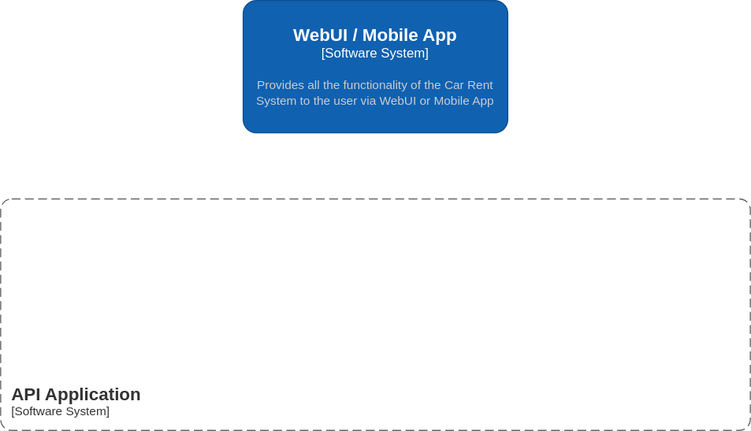
The draw.io diagram docs/Component.drawio.svg in floriansahli/CarRent24, before a commit. Source tidied: cells renumbered, new cells last; positions are measured from the earlier drawing's top-left corner, leaving out a move shared by most shapes.
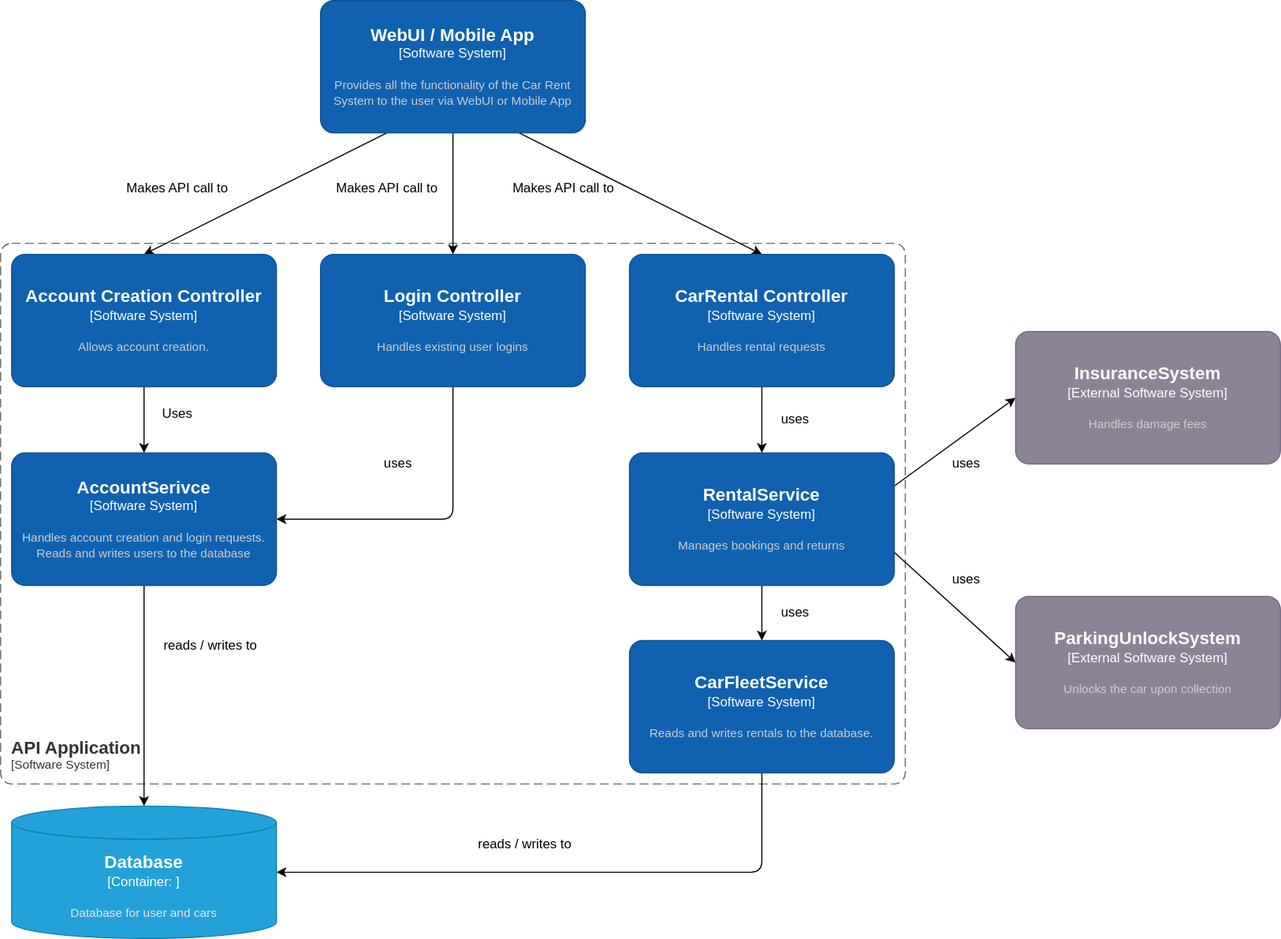
Later version of the same file.

What changed in the source:
```diff
@@ -4,13 +4,132 @@
     <mxCell id="1" parent="0" />
     <object id="2" label="&lt;font style=&quot;font-size: 16px&quot;&gt;&lt;b&gt;&lt;div style=&quot;text-align: left&quot;&gt;%c4Name%&lt;/div&gt;&lt;/b&gt;&lt;/font&gt;&lt;div style=&quot;text-align: left&quot;&gt;[%c4Application%]&lt;/div&gt;" c4Application="Software System" c4Name="API Application" c4Type="SystemScopeBoundary" placeholders="1">
       <mxCell style="rounded=1;fontSize=11;whiteSpace=wrap;html=1;dashed=1;arcSize=20;fillColor=none;strokeColor=#666666;fontColor=#333333;labelBackgroundColor=none;align=left;verticalAlign=bottom;labelBorderColor=none;spacingTop=0;spacing=10;dashPattern=8 4;perimeter=rectanglePerimeter;noLabel=0;labelPadding=0;absoluteArcSize=1;" parent="1" vertex="1">
-        <mxGeometry y="180" width="680" height="210" as="geometry" />
+        <mxGeometry x="140" y="180" width="820" height="490" as="geometry" />
       </mxCell>
     </object>
+    <mxCell id="4" style="edgeStyle=none;html=1;entryX=0.5;entryY=0;entryDx=0;entryDy=0;entryPerimeter=0;exitX=0.25;exitY=1;exitDx=0;exitDy=0;exitPerimeter=0;" parent="1" edge="1" source="3" target="8">
+      <mxGeometry relative="1" as="geometry" />
+    </mxCell>
+    <mxCell id="5" style="edgeStyle=none;html=1;entryX=0.5;entryY=0;entryDx=0;entryDy=0;entryPerimeter=0;exitX=0.75;exitY=1;exitDx=0;exitDy=0;exitPerimeter=0;" parent="1" edge="1" source="3" target="13">
+      <mxGeometry relative="1" as="geometry" />
+    </mxCell>
+    <mxCell id="6" style="edgeStyle=none;html=1;entryX=0.5;entryY=0;entryDx=0;entryDy=0;entryPerimeter=0;" parent="1" edge="1" source="3" target="10">
+      <mxGeometry relative="1" as="geometry" />
+    </mxCell>
     <object id="3" label="&lt;font style=&quot;font-size: 16px&quot;&gt;&lt;b&gt;%c4Name%&lt;/b&gt;&lt;/font&gt;&lt;div&gt;[%c4Type%]&lt;/div&gt;&lt;br&gt;&lt;div&gt;&lt;font style=&quot;font-size: 11px&quot;&gt;&lt;font color=&quot;#cccccc&quot;&gt;%c4Description%&lt;/font&gt;&lt;/div&gt;" c4Description="Provides all the functionality of the Car Rent System to the user via WebUI or Mobile App" c4Name="WebUI / Mobile App" c4Type="Software System" placeholders="1">
       <mxCell style="rounded=1;whiteSpace=wrap;html=1;labelBackgroundColor=none;fillColor=#1061B0;fontColor=#ffffff;align=center;arcSize=10;strokeColor=#0D5091;points=[[0.25,0,0],[0.5,0,0],[0.75,0,0],[1,0.25,0],[1,0.5,0],[1,0.75,0],[0.75,1,0],[0.5,1,0],[0.25,1,0],[0,0.75,0],[0,0.5,0],[0,0.25,0]];" parent="1" vertex="1">
-        <mxGeometry x="220" width="240" height="120" as="geometry" />
+        <mxGeometry x="430" y="-40" width="240" height="120" as="geometry" />
       </mxCell>
     </object>
+    <mxCell id="7" style="edgeStyle=none;html=1;entryX=0.5;entryY=0;entryDx=0;entryDy=0;entryPerimeter=0;exitX=0.5;exitY=1;exitDx=0;exitDy=0;exitPerimeter=0;" parent="1" edge="1" source="8" target="15">
+      <mxGeometry relative="1" as="geometry" />
+    </mxCell>
+    <object id="8" label="&lt;font style=&quot;font-size: 16px&quot;&gt;&lt;b&gt;%c4Name%&lt;/b&gt;&lt;/font&gt;&lt;div&gt;[%c4Type%]&lt;/div&gt;&lt;br&gt;&lt;div&gt;&lt;font style=&quot;font-size: 11px&quot;&gt;&lt;font color=&quot;#cccccc&quot;&gt;%c4Description%&lt;/font&gt;&lt;/div&gt;" c4Description="Allows account creation." c4Name="Account Creation Controller" c4Type="Software System" placeholders="1">
+      <mxCell style="rounded=1;whiteSpace=wrap;html=1;labelBackgroundColor=none;fillColor=#1061B0;fontColor=#ffffff;align=center;arcSize=10;strokeColor=#0D5091;points=[[0.25,0,0],[0.5,0,0],[0.75,0,0],[1,0.25,0],[1,0.5,0],[1,0.75,0],[0.75,1,0],[0.5,1,0],[0.25,1,0],[0,0.75,0],[0,0.5,0],[0,0.25,0]];" parent="1" vertex="1">
+        <mxGeometry x="150" y="190" width="240" height="120" as="geometry" />
+      </mxCell>
+    </object>
+    <mxCell id="9" style="edgeStyle=none;html=1;entryX=1;entryY=0.5;entryDx=0;entryDy=0;entryPerimeter=0;exitX=0.5;exitY=1;exitDx=0;exitDy=0;exitPerimeter=0;" parent="1" edge="1" source="10" target="15">
+      <mxGeometry relative="1" as="geometry">
+        <Array as="points">
+          <mxPoint x="550" y="430" />
+        </Array>
+      </mxGeometry>
+    </mxCell>
+    <object id="10" label="&lt;font style=&quot;font-size: 16px&quot;&gt;&lt;b&gt;%c4Name%&lt;/b&gt;&lt;/font&gt;&lt;div&gt;[%c4Type%]&lt;/div&gt;&lt;br&gt;&lt;div&gt;&lt;font style=&quot;font-size: 11px&quot;&gt;&lt;font color=&quot;#cccccc&quot;&gt;%c4Description%&lt;/font&gt;&lt;/div&gt;" c4Description="Handles existing user logins" c4Name="Login Controller" c4Type="Software System" placeholders="1">
+      <mxCell style="rounded=1;whiteSpace=wrap;html=1;labelBackgroundColor=none;fillColor=#1061B0;fontColor=#ffffff;align=center;arcSize=10;strokeColor=#0D5091;points=[[0.25,0,0],[0.5,0,0],[0.75,0,0],[1,0.25,0],[1,0.5,0],[1,0.75,0],[0.75,1,0],[0.5,1,0],[0.25,1,0],[0,0.75,0],[0,0.5,0],[0,0.25,0]];" parent="1" vertex="1">
+        <mxGeometry x="430" y="190" width="240" height="120" as="geometry" />
+      </mxCell>
+    </object>
+    <mxCell id="11" value="Makes API call to" style="text;html=1;align=center;verticalAlign=middle;strokeColor=none;fillColor=none;" parent="1" vertex="1">
+      <mxGeometry x="240" y="115" width="120" height="30" as="geometry" />
+    </mxCell>
+    <mxCell id="12" style="edgeStyle=none;html=1;entryX=0.5;entryY=0;entryDx=0;entryDy=0;entryPerimeter=0;exitX=0.5;exitY=1;exitDx=0;exitDy=0;exitPerimeter=0;" parent="1" edge="1" source="13" target="24">
+      <mxGeometry relative="1" as="geometry" />
+    </mxCell>
+    <object id="13" label="&lt;font style=&quot;font-size: 16px&quot;&gt;&lt;b&gt;%c4Name%&lt;/b&gt;&lt;/font&gt;&lt;div&gt;[%c4Type%]&lt;/div&gt;&lt;br&gt;&lt;div&gt;&lt;font style=&quot;font-size: 11px&quot;&gt;&lt;font color=&quot;#cccccc&quot;&gt;%c4Description%&lt;/font&gt;&lt;/div&gt;" c4Description="Handles rental requests" c4Name="CarRental Controller" c4Type="Software System" placeholders="1">
+      <mxCell style="rounded=1;whiteSpace=wrap;html=1;labelBackgroundColor=none;fillColor=#1061B0;fontColor=#ffffff;align=center;arcSize=10;strokeColor=#0D5091;points=[[0.25,0,0],[0.5,0,0],[0.75,0,0],[1,0.25,0],[1,0.5,0],[1,0.75,0],[0.75,1,0],[0.5,1,0],[0.25,1,0],[0,0.75,0],[0,0.5,0],[0,0.25,0]];" parent="1" vertex="1">
+        <mxGeometry x="710" y="190" width="240" height="120" as="geometry" />
+      </mxCell>
+    </object>
+    <mxCell id="14" style="edgeStyle=none;html=1;entryX=0.5;entryY=0;entryDx=0;entryDy=0;entryPerimeter=0;exitX=0.5;exitY=1;exitDx=0;exitDy=0;exitPerimeter=0;" parent="1" edge="1" source="15" target="18">
+      <mxGeometry relative="1" as="geometry" />
+    </mxCell>
+    <object id="15" label="&lt;font style=&quot;font-size: 16px&quot;&gt;&lt;b&gt;%c4Name%&lt;/b&gt;&lt;/font&gt;&lt;div&gt;[%c4Type%]&lt;/div&gt;&lt;br&gt;&lt;div&gt;&lt;font style=&quot;font-size: 11px&quot;&gt;&lt;font color=&quot;#cccccc&quot;&gt;%c4Description%&lt;/font&gt;&lt;/div&gt;" c4Description="Handles account creation and login requests.&#10;Reads and writes users to the database" c4Name="AccountSerivce" c4Type="Software System" placeholders="1">
+      <mxCell style="rounded=1;whiteSpace=wrap;html=1;labelBackgroundColor=none;fillColor=#1061B0;fontColor=#ffffff;align=center;arcSize=10;strokeColor=#0D5091;points=[[0.25,0,0],[0.5,0,0],[0.75,0,0],[1,0.25,0],[1,0.5,0],[1,0.75,0],[0.75,1,0],[0.5,1,0],[0.25,1,0],[0,0.75,0],[0,0.5,0],[0,0.25,0]];" parent="1" vertex="1">
+        <mxGeometry x="150" y="370" width="240" height="120" as="geometry" />
+      </mxCell>
+    </object>
+    <mxCell id="16" value="Uses" style="text;html=1;align=center;verticalAlign=middle;strokeColor=none;fillColor=none;" parent="1" vertex="1">
+      <mxGeometry x="275" y="320" width="50" height="30" as="geometry" />
+    </mxCell>
+    <mxCell id="17" value="uses" style="text;html=1;align=center;verticalAlign=middle;strokeColor=none;fillColor=none;" parent="1" vertex="1">
+      <mxGeometry x="475" y="365" width="50" height="30" as="geometry" />
+    </mxCell>
+    <object id="18" label="&lt;font style=&quot;font-size: 16px&quot;&gt;&lt;b&gt;%c4Type%&lt;/b&gt;&lt;/font&gt;&lt;div&gt;[%c4Container%:&amp;nbsp;%c4Technology%]&lt;/div&gt;&lt;br&gt;&lt;div&gt;&lt;font style=&quot;font-size: 11px&quot;&gt;&lt;font color=&quot;#E6E6E6&quot;&gt;%c4Description%&lt;/font&gt;&lt;/div&gt;" c4Container="Container" c4Description="Database for user and cars" c4Technology="" c4Type="Database" placeholders="1">
+      <mxCell style="shape=cylinder3;size=15;whiteSpace=wrap;html=1;boundedLbl=1;rounded=0;labelBackgroundColor=none;fillColor=#23A2D9;fontSize=12;fontColor=#ffffff;align=center;strokeColor=#0E7DAD;points=[[0.5,0,0],[1,0.25,0],[1,0.5,0],[1,0.75,0],[0.5,1,0],[0,0.75,0],[0,0.5,0],[0,0.25,0]];" parent="1" vertex="1">
+        <mxGeometry x="150" y="690" width="240" height="120" as="geometry" />
+      </mxCell>
+    </object>
+    <mxCell id="19" value="Makes API call to" style="text;html=1;align=center;verticalAlign=middle;strokeColor=none;fillColor=none;" parent="1" vertex="1">
+      <mxGeometry x="430" y="115" width="120" height="30" as="geometry" />
+    </mxCell>
+    <mxCell id="20" value="Makes API call to" style="text;html=1;align=center;verticalAlign=middle;strokeColor=none;fillColor=none;" parent="1" vertex="1">
+      <mxGeometry x="590" y="115" width="120" height="30" as="geometry" />
+    </mxCell>
+    <mxCell id="21" style="edgeStyle=none;html=1;exitX=0.5;exitY=1;exitDx=0;exitDy=0;exitPerimeter=0;entryX=0.5;entryY=0;entryDx=0;entryDy=0;entryPerimeter=0;" parent="1" edge="1" source="24" target="28">
+      <mxGeometry relative="1" as="geometry" />
+    </mxCell>
+    <mxCell id="22" style="edgeStyle=none;html=1;entryX=0;entryY=0.5;entryDx=0;entryDy=0;entryPerimeter=0;exitX=1;exitY=0.75;exitDx=0;exitDy=0;exitPerimeter=0;" parent="1" edge="1" source="24" target="31">
+      <mxGeometry relative="1" as="geometry" />
+    </mxCell>
+    <mxCell id="23" style="edgeStyle=none;html=1;entryX=0;entryY=0.5;entryDx=0;entryDy=0;entryPerimeter=0;exitX=1;exitY=0.25;exitDx=0;exitDy=0;exitPerimeter=0;" parent="1" edge="1" source="24" target="30">
+      <mxGeometry relative="1" as="geometry" />
+    </mxCell>
+    <object id="24" label="&lt;font style=&quot;font-size: 16px&quot;&gt;&lt;b&gt;%c4Name%&lt;/b&gt;&lt;/font&gt;&lt;div&gt;[%c4Type%]&lt;/div&gt;&lt;br&gt;&lt;div&gt;&lt;font style=&quot;font-size: 11px&quot;&gt;&lt;font color=&quot;#cccccc&quot;&gt;%c4Description%&lt;/font&gt;&lt;/div&gt;" c4Description="Manages bookings and returns" c4Name="RentalService" c4Type="Software System" placeholders="1">
+      <mxCell style="rounded=1;whiteSpace=wrap;html=1;labelBackgroundColor=none;fillColor=#1061B0;fontColor=#ffffff;align=center;arcSize=10;strokeColor=#0D5091;points=[[0.25,0,0],[0.5,0,0],[0.75,0,0],[1,0.25,0],[1,0.5,0],[1,0.75,0],[0.75,1,0],[0.5,1,0],[0.25,1,0],[0,0.75,0],[0,0.5,0],[0,0.25,0]];" parent="1" vertex="1">
+        <mxGeometry x="710" y="370" width="240" height="120" as="geometry" />
+      </mxCell>
+    </object>
+    <mxCell id="25" value="reads / writes to" style="text;html=1;align=center;verticalAlign=middle;strokeColor=none;fillColor=none;" parent="1" vertex="1">
+      <mxGeometry x="275" y="530" width="110" height="30" as="geometry" />
+    </mxCell>
+    <mxCell id="26" value="uses" style="text;html=1;align=center;verticalAlign=middle;strokeColor=none;fillColor=none;" parent="1" vertex="1">
+      <mxGeometry x="835" y="325" width="50" height="30" as="geometry" />
+    </mxCell>
+    <mxCell id="27" style="edgeStyle=none;html=1;entryX=1;entryY=0.5;entryDx=0;entryDy=0;entryPerimeter=0;exitX=0.5;exitY=1;exitDx=0;exitDy=0;exitPerimeter=0;" parent="1" edge="1" source="28" target="18">
+      <mxGeometry relative="1" as="geometry">
+        <Array as="points">
+          <mxPoint x="830" y="750" />
+        </Array>
+      </mxGeometry>
+    </mxCell>
+    <object id="28" label="&lt;font style=&quot;font-size: 16px&quot;&gt;&lt;b&gt;%c4Name%&lt;/b&gt;&lt;/font&gt;&lt;div&gt;[%c4Type%]&lt;/div&gt;&lt;br&gt;&lt;div&gt;&lt;font style=&quot;font-size: 11px&quot;&gt;&lt;font color=&quot;#cccccc&quot;&gt;%c4Description%&lt;/font&gt;&lt;/div&gt;" c4Description="Reads and writes rentals to the database." c4Name="CarFleetService" c4Type="Software System" placeholders="1">
+      <mxCell style="rounded=1;whiteSpace=wrap;html=1;labelBackgroundColor=none;fillColor=#1061B0;fontColor=#ffffff;align=center;arcSize=10;strokeColor=#0D5091;points=[[0.25,0,0],[0.5,0,0],[0.75,0,0],[1,0.25,0],[1,0.5,0],[1,0.75,0],[0.75,1,0],[0.5,1,0],[0.25,1,0],[0,0.75,0],[0,0.5,0],[0,0.25,0]];" parent="1" vertex="1">
+        <mxGeometry x="710" y="540" width="240" height="120" as="geometry" />
+      </mxCell>
+    </object>
+    <mxCell id="29" value="reads / writes to" style="text;html=1;align=center;verticalAlign=middle;strokeColor=none;fillColor=none;" parent="1" vertex="1">
+      <mxGeometry x="560" y="710" width="110" height="30" as="geometry" />
+    </mxCell>
+    <object id="30" label="&lt;font style=&quot;font-size: 16px&quot;&gt;&lt;b&gt;%c4Name%&lt;/b&gt;&lt;/font&gt;&lt;div&gt;[%c4Type%]&lt;/div&gt;&lt;br&gt;&lt;div&gt;&lt;font style=&quot;font-size: 11px&quot;&gt;&lt;font color=&quot;#cccccc&quot;&gt;%c4Description%&lt;/font&gt;&lt;/div&gt;" c4Description="Handles damage fees" c4Name="InsuranceSystem" c4Type="External Software System" placeholders="1">
+      <mxCell style="rounded=1;whiteSpace=wrap;html=1;labelBackgroundColor=none;fillColor=#8C8496;fontColor=#ffffff;align=center;arcSize=10;strokeColor=#736782;points=[[0.25,0,0],[0.5,0,0],[0.75,0,0],[1,0.25,0],[1,0.5,0],[1,0.75,0],[0.75,1,0],[0.5,1,0],[0.25,1,0],[0,0.75,0],[0,0.5,0],[0,0.25,0]];" parent="1" vertex="1">
+        <mxGeometry x="1060" y="260" width="240" height="120" as="geometry" />
+      </mxCell>
+    </object>
+    <object id="31" label="&lt;font style=&quot;font-size: 16px&quot;&gt;&lt;b&gt;%c4Name%&lt;/b&gt;&lt;/font&gt;&lt;div&gt;[%c4Type%]&lt;/div&gt;&lt;br&gt;&lt;div&gt;&lt;font style=&quot;font-size: 11px&quot;&gt;&lt;font color=&quot;#cccccc&quot;&gt;%c4Description%&lt;/font&gt;&lt;/div&gt;" c4Description="Unlocks the car upon collection" c4Name="ParkingUnlockSystem" c4Type="External Software System" placeholders="1">
+      <mxCell style="rounded=1;whiteSpace=wrap;html=1;labelBackgroundColor=none;fillColor=#8C8496;fontColor=#ffffff;align=center;arcSize=10;strokeColor=#736782;points=[[0.25,0,0],[0.5,0,0],[0.75,0,0],[1,0.25,0],[1,0.5,0],[1,0.75,0],[0.75,1,0],[0.5,1,0],[0.25,1,0],[0,0.75,0],[0,0.5,0],[0,0.25,0]];" parent="1" vertex="1">
+        <mxGeometry x="1060" y="500" width="240" height="120" as="geometry" />
+      </mxCell>
+    </object>
+    <mxCell id="32" value="uses" style="text;html=1;align=center;verticalAlign=middle;strokeColor=none;fillColor=none;" parent="1" vertex="1">
+      <mxGeometry x="835" y="500" width="50" height="30" as="geometry" />
+    </mxCell>
+    <mxCell id="33" value="uses" style="text;html=1;align=center;verticalAlign=middle;strokeColor=none;fillColor=none;" parent="1" vertex="1">
+      <mxGeometry x="990" y="470" width="50" height="30" as="geometry" />
+    </mxCell>
+    <mxCell id="34" value="uses" style="text;html=1;align=center;verticalAlign=middle;strokeColor=none;fillColor=none;" parent="1" vertex="1">
+      <mxGeometry x="990" y="365" width="50" height="30" as="geometry" />
+    </mxCell>
   </root>
 </mxGraphModel>
```
